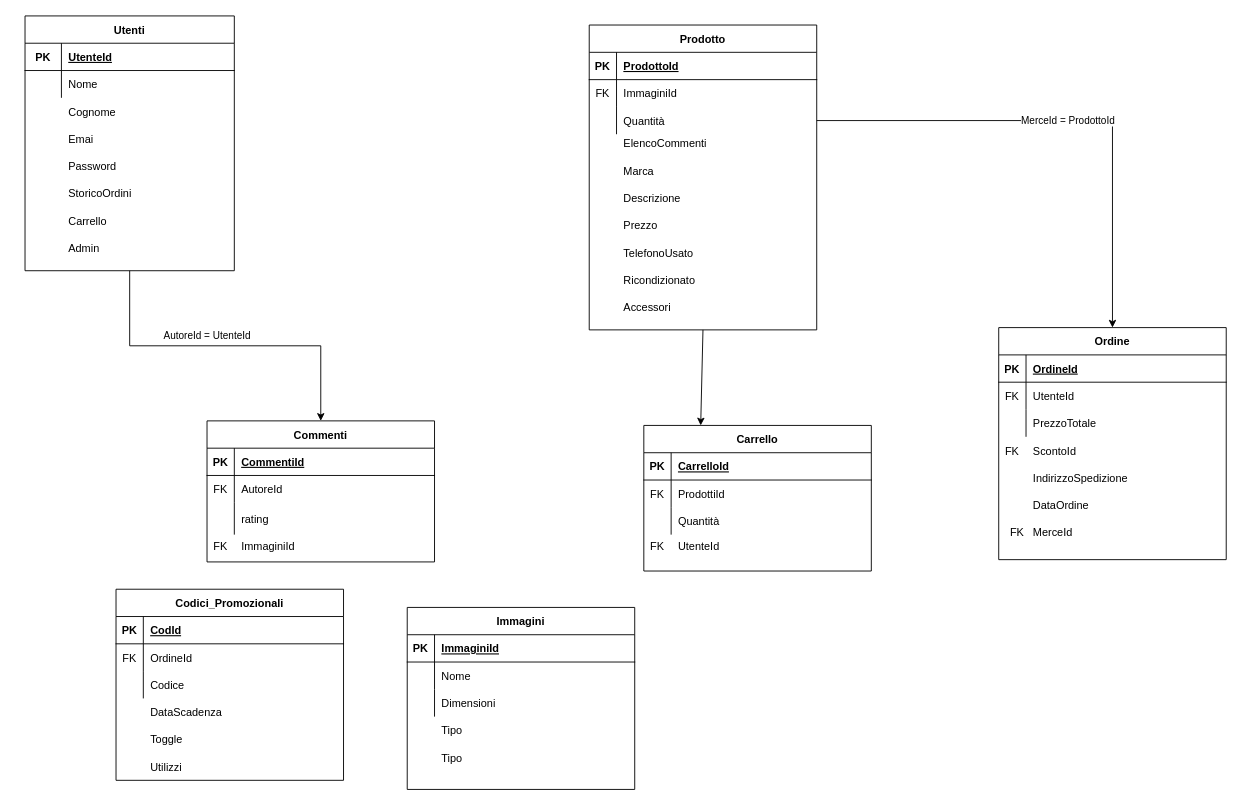
Earlier version of the draw.io diagram database.drawio (doublep21/PearShop). Source tidied: cells renumbered, new cells numbered last; positions are measured from the earlier drawing's top-left corner, leaving out a move shared by most shapes. Both pictures are drawn from the tidied source at 91%, with x=0, y=0 at pixel (25, 15).
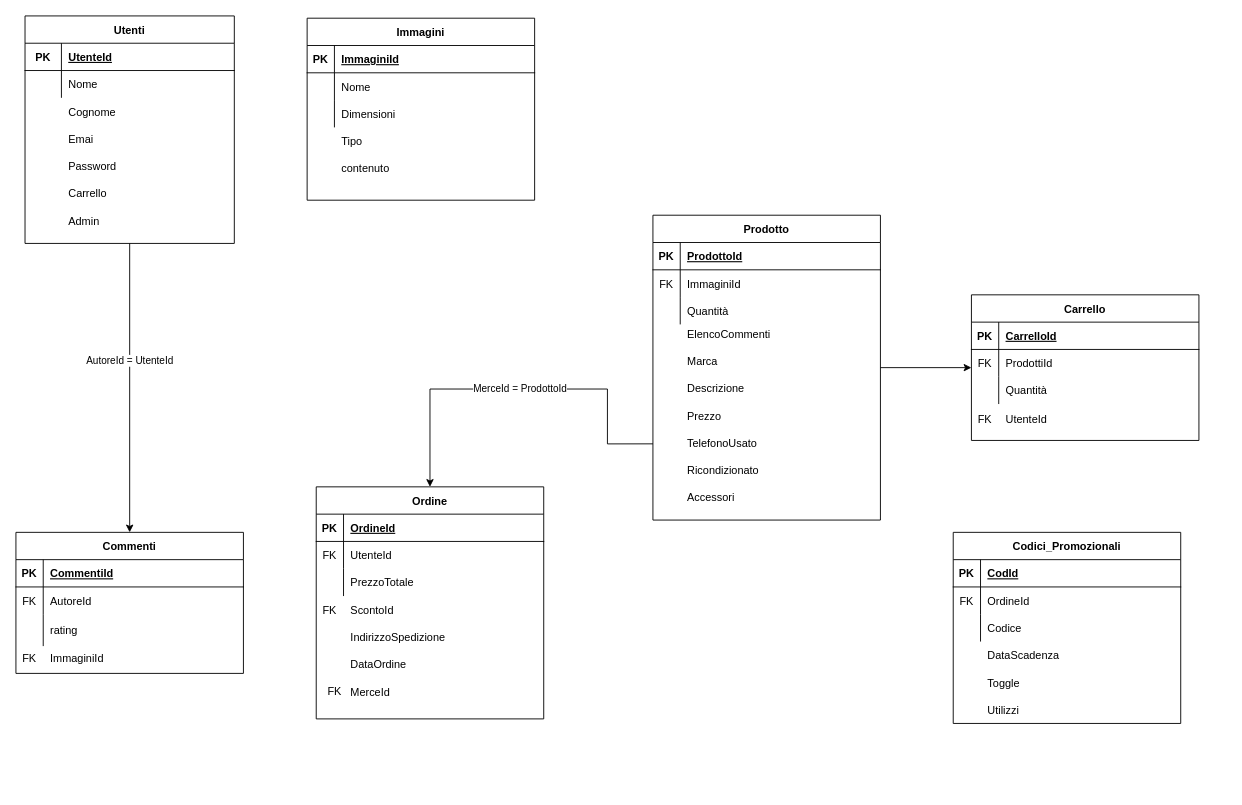
After the change.

Commit message:
alcuni ritocchi al database

The change refers to these unchanged cells:
```xml
<mxCell id="10" style="shape=partialRectangle;fillColor=none;points=[[0,0.5],[1,0.5]];portConstraint=eastwest;top=0;left=0;right=0;bottom=0;" parent="3" vertex="1">
  <mxGeometry y="90" width="250" height="30" as="geometry" />
</mxCell>
```

The edit, as a diff of the source:
```diff
@@
-    <mxCell id="2" style="edgeStyle=none;html=1;exitX=0.5;exitY=1;exitDx=0;exitDy=0;entryX=0.25;entryY=0;entryDx=0;entryDy=0;" parent="1" edge="1" source="3" target="43">
+    <mxCell id="2" style="edgeStyle=none;html=1;" parent="1" edge="1" source="3" target="43">
       <mxGeometry relative="1" as="geometry" />
     </mxCell>
     <mxCell id="3" value="Prodotto" style="shape=table;startSize=30;childLayout=tableLayout;rowLines=0;fontStyle=1;align=center;" parent="1" vertex="1">
-      <mxGeometry x="620" y="10" width="250" height="335" as="geometry" />
+      <mxGeometry x="690" y="219" width="250" height="335" as="geometry" />
     </mxCell>
@@
     <mxCell id="13" value="Commenti" style="shape=table;startSize=30;childLayout=tableLayout;rowLines=0;fontStyle=1;align=center;" parent="1" vertex="1">
-      <mxGeometry x="200" y="445" width="250" height="155" as="geometry" />
+      <mxGeometry x="-10" y="567.5" width="250" height="155" as="geometry" />
     </mxCell>
@@
     <mxCell id="25" value="Utenti" style="shape=table;startSize=30;childLayout=tableLayout;rowLines=0;fontStyle=1;align=center;" parent="1" vertex="1">
-      <mxGeometry width="230" height="280" as="geometry" />
+      <mxGeometry width="230" height="250" as="geometry" />
     </mxCell>
@@
-    <mxCell id="36" value="StoricoOrdini" style="shape=partialRectangle;overflow=hidden;fillColor=none;top=0;left=0;bottom=0;right=0;align=left;spacingLeft=6;" parent="1" vertex="1">
-      <mxGeometry x="40" y="180" width="190" height="30" as="geometry" />
-    </mxCell>
     <mxCell id="37" value="Carrello" style="shape=partialRectangle;overflow=hidden;fillColor=none;top=0;left=0;bottom=0;right=0;align=left;spacingLeft=6;" parent="1" vertex="1">
-      <mxGeometry x="40" y="210" width="190" height="30" as="geometry" />
+      <mxGeometry x="40" y="180" width="190" height="30" as="geometry" />
     </mxCell>
     <mxCell id="38" value="ElencoCommenti" style="shape=partialRectangle;overflow=hidden;fillColor=none;top=0;left=0;bottom=0;right=0;align=left;spacingLeft=6;" parent="1" vertex="1">
-      <mxGeometry x="650" y="125" width="220" height="30" as="geometry" />
+      <mxGeometry x="720" y="334" width="220" height="30" as="geometry" />
     </mxCell>
     <mxCell id="39" style="shape=partialRectangle;overflow=hidden;fillColor=none;top=0;left=0;bottom=0;right=0;align=left;spacingLeft=6;" parent="1" vertex="1">
-      <mxGeometry x="650" y="155" width="220" height="30" as="geometry" />
+      <mxGeometry x="720" y="364" width="220" height="30" as="geometry" />
     </mxCell>
     <mxCell id="40" value="Descrizione" style="shape=partialRectangle;overflow=hidden;fillColor=none;top=0;left=0;bottom=0;right=0;align=left;spacingLeft=6;" parent="1" vertex="1">
-      <mxGeometry x="650" y="185" width="220" height="30" as="geometry" />
+      <mxGeometry x="720" y="394" width="220" height="30" as="geometry" />
     </mxCell>
     <mxCell id="41" value="Marca" style="shape=partialRectangle;overflow=hidden;fillColor=none;top=0;left=0;bottom=0;right=0;align=left;spacingLeft=6;" parent="1" vertex="1">
-      <mxGeometry x="650" y="155" width="220" height="30" as="geometry" />
+      <mxGeometry x="720" y="364" width="220" height="30" as="geometry" />
     </mxCell>
     <mxCell id="42" value="Prezzo" style="shape=partialRectangle;overflow=hidden;fillColor=none;top=0;left=0;bottom=0;right=0;align=left;spacingLeft=6;" parent="1" vertex="1">
-      <mxGeometry x="650" y="215" width="220" height="30" as="geometry" />
+      <mxGeometry x="720" y="424" width="220" height="30" as="geometry" />
     </mxCell>
     <mxCell id="43" value="Carrello" style="shape=table;startSize=30;childLayout=tableLayout;rowLines=0;fontStyle=1;align=center;" parent="1" vertex="1">
-      <mxGeometry x="680" y="450" width="250" height="160" as="geometry" />
+      <mxGeometry x="1040" y="306.5" width="250" height="160" as="geometry" />
     </mxCell>
@@
     <mxCell id="53" style="shape=partialRectangle;fillColor=none;top=0;left=0;right=0;bottom=0;" parent="1" vertex="1">
-      <mxGeometry x="200" y="567.5" width="250" height="30" as="geometry" />
+      <mxGeometry x="-10" y="690" width="250" height="30" as="geometry" />
     </mxCell>
@@
     <mxCell id="56" value="Codici_Promozionali" style="shape=table;startSize=30;childLayout=tableLayout;rowLines=0;fontStyle=1;align=center;" parent="1" vertex="1">
-      <mxGeometry x="100" y="630" width="250" height="210" as="geometry" />
+      <mxGeometry x="1020" y="567.5" width="250" height="210" as="geometry" />
     </mxCell>
@@
     <mxCell id="66" value="Admin" style="shape=partialRectangle;overflow=hidden;fillColor=none;top=0;left=0;bottom=0;right=0;align=left;spacingLeft=6;" parent="1" vertex="1">
-      <mxGeometry x="40" y="240" width="190" height="30" as="geometry" />
+      <mxGeometry x="40" y="210" width="190" height="30" as="geometry" />
     </mxCell>
     <mxCell id="67" value="TelefonoUsato" style="shape=partialRectangle;overflow=hidden;fillColor=none;top=0;left=0;bottom=0;right=0;align=left;spacingLeft=6;" parent="1" vertex="1">
-      <mxGeometry x="650" y="245" width="220" height="30" as="geometry" />
+      <mxGeometry x="720" y="454" width="220" height="30" as="geometry" />
     </mxCell>
     <mxCell id="68" value="Ricondizionato" style="shape=partialRectangle;overflow=hidden;fillColor=none;top=0;left=0;bottom=0;right=0;align=left;spacingLeft=6;" parent="1" vertex="1">
-      <mxGeometry x="650" y="275" width="220" height="30" as="geometry" />
+      <mxGeometry x="720" y="484" width="220" height="30" as="geometry" />
     </mxCell>
     <mxCell id="69" value="Accessori" style="shape=partialRectangle;overflow=hidden;fillColor=none;top=0;left=0;bottom=0;right=0;align=left;spacingLeft=6;" parent="1" vertex="1">
-      <mxGeometry x="650" y="305" width="220" height="30" as="geometry" />
+      <mxGeometry x="720" y="514" width="220" height="30" as="geometry" />
     </mxCell>
     <mxCell id="70" style="shape=partialRectangle;fillColor=none;top=0;left=0;right=0;bottom=0;" parent="1" vertex="1">
-      <mxGeometry x="680" y="567.5" width="250" height="30" as="geometry" />
+      <mxGeometry x="1040" y="427.5" width="250" height="30" as="geometry" />
     </mxCell>
@@
     <mxCell id="73" value="Immagini" style="shape=table;startSize=30;childLayout=tableLayout;rowLines=0;fontStyle=1;align=center;" parent="1" vertex="1">
-      <mxGeometry x="420" y="650" width="250" height="200" as="geometry" />
+      <mxGeometry x="310" y="2.5" width="250" height="200" as="geometry" />
     </mxCell>
@@
     <mxCell id="83" style="shape=partialRectangle;fillColor=none;top=0;left=0;right=0;bottom=0;" parent="1" vertex="1">
-      <mxGeometry x="100" y="750" width="250" height="30" as="geometry" />
+      <mxGeometry x="1020" y="687.5" width="250" height="30" as="geometry" />
     </mxCell>
@@
     <mxCell id="86" style="shape=partialRectangle;fillColor=none;top=0;left=0;right=0;bottom=0;" parent="1" vertex="1">
-      <mxGeometry x="100" y="780" width="250" height="30" as="geometry" />
+      <mxGeometry x="1020" y="717.5" width="250" height="30" as="geometry" />
     </mxCell>
@@
     <mxCell id="89" style="shape=partialRectangle;fillColor=none;top=0;left=0;right=0;bottom=0;" parent="1" vertex="1">
-      <mxGeometry x="100" y="810" width="250" height="30" as="geometry" />
+      <mxGeometry x="1020" y="747.5" width="250" height="30" as="geometry" />
     </mxCell>
@@
     <mxCell id="92" style="shape=partialRectangle;fillColor=none;top=0;left=0;right=0;bottom=0;" parent="1" vertex="1">
-      <mxGeometry x="420" y="770" width="250" height="30" as="geometry" />
+      <mxGeometry x="310" y="122.5" width="250" height="30" as="geometry" />
     </mxCell>
@@
     <mxCell id="95" style="shape=partialRectangle;fillColor=none;top=0;left=0;right=0;bottom=0;" parent="1" vertex="1">
-      <mxGeometry x="420" y="800" width="250" height="30" as="geometry" />
+      <mxGeometry x="310" y="152.5" width="250" height="30" as="geometry" />
     </mxCell>
@@
-    <mxCell id="97" value="Tipo" style="shape=partialRectangle;overflow=hidden;fillColor=none;top=0;left=0;bottom=0;right=0;align=left;spacingLeft=6;" parent="95" vertex="1">
+    <mxCell id="97" value="contenuto" style="shape=partialRectangle;overflow=hidden;fillColor=none;top=0;left=0;bottom=0;right=0;align=left;spacingLeft=6;" parent="95" vertex="1">
       <mxGeometry x="30" width="220" height="30" as="geometry" />
     </mxCell>
     <mxCell id="98" value="Ordine" style="shape=table;startSize=30;childLayout=tableLayout;rowLines=0;fontStyle=1;align=center;" parent="1" vertex="1">
-      <mxGeometry x="1070" y="342.5" width="250" height="255" as="geometry" />
+      <mxGeometry x="320" y="517.5" width="250" height="255" as="geometry" />
     </mxCell>
@@
     <mxCell id="108" style="shape=partialRectangle;fillColor=none;top=0;left=0;right=0;bottom=0;" parent="1" vertex="1">
-      <mxGeometry x="1070" y="462.5" width="250" height="30" as="geometry" />
+      <mxGeometry x="320" y="637.5" width="250" height="30" as="geometry" />
     </mxCell>
@@
     <mxCell id="111" value="IndirizzoSpedizione" style="shape=partialRectangle;overflow=hidden;fillColor=none;top=0;left=0;bottom=0;right=0;align=left;spacingLeft=6;" parent="1" vertex="1">
-      <mxGeometry x="1100" y="492.5" width="220" height="30" as="geometry" />
+      <mxGeometry x="350" y="667.5" width="220" height="30" as="geometry" />
     </mxCell>
     <mxCell id="112" value="DataOrdine" style="shape=partialRectangle;overflow=hidden;fillColor=none;top=0;left=0;bottom=0;right=0;align=left;spacingLeft=6;" parent="1" vertex="1">
-      <mxGeometry x="1100" y="522.5" width="220" height="30" as="geometry" />
+      <mxGeometry x="350" y="697.5" width="220" height="30" as="geometry" />
     </mxCell>
     <mxCell id="113" value="MerceId" style="shape=partialRectangle;overflow=hidden;fillColor=none;top=0;left=0;bottom=0;right=0;align=left;spacingLeft=6;" parent="1" vertex="1">
-      <mxGeometry x="1100" y="552.5" width="220" height="30" as="geometry" />
+      <mxGeometry x="350" y="727.5" width="220" height="30" as="geometry" />
     </mxCell>
     <mxCell id="114" value="FK" style="text;html=1;align=center;verticalAlign=middle;strokeColor=none;fillColor=none;" parent="1" vertex="1">
-      <mxGeometry x="1075" y="557.5" width="30" height="20" as="geometry" />
+      <mxGeometry x="325" y="732.5" width="30" height="20" as="geometry" />
     </mxCell>
-    <mxCell id="115" value="MerceId = ProdottoId" style="edgeStyle=orthogonalEdgeStyle;rounded=0;jettySize=auto;html=1;exitX=1;exitY=0.5;exitDx=0;exitDy=0;entryX=0.5;entryY=0;entryDx=0;entryDy=0;" parent="1" edge="1" source="10" target="98">
-      <mxGeometry relative="1" as="geometry" />
+    <mxCell id="115" value="MerceId = ProdottoId" style="edgeStyle=orthogonalEdgeStyle;rounded=0;jettySize=auto;html=1;exitX=0;exitY=0.75;exitDx=0;exitDy=0;entryX=0.5;entryY=0;entryDx=0;entryDy=0;" parent="1" edge="1" source="3" target="98">
+      <mxGeometry relative="1" as="geometry">
+        <Array as="points">
+          <mxPoint x="640" y="470" />
+          <mxPoint x="640" y="410" />
+          <mxPoint x="445" y="410" />
+        </Array>
+      </mxGeometry>
     </mxCell>
```
